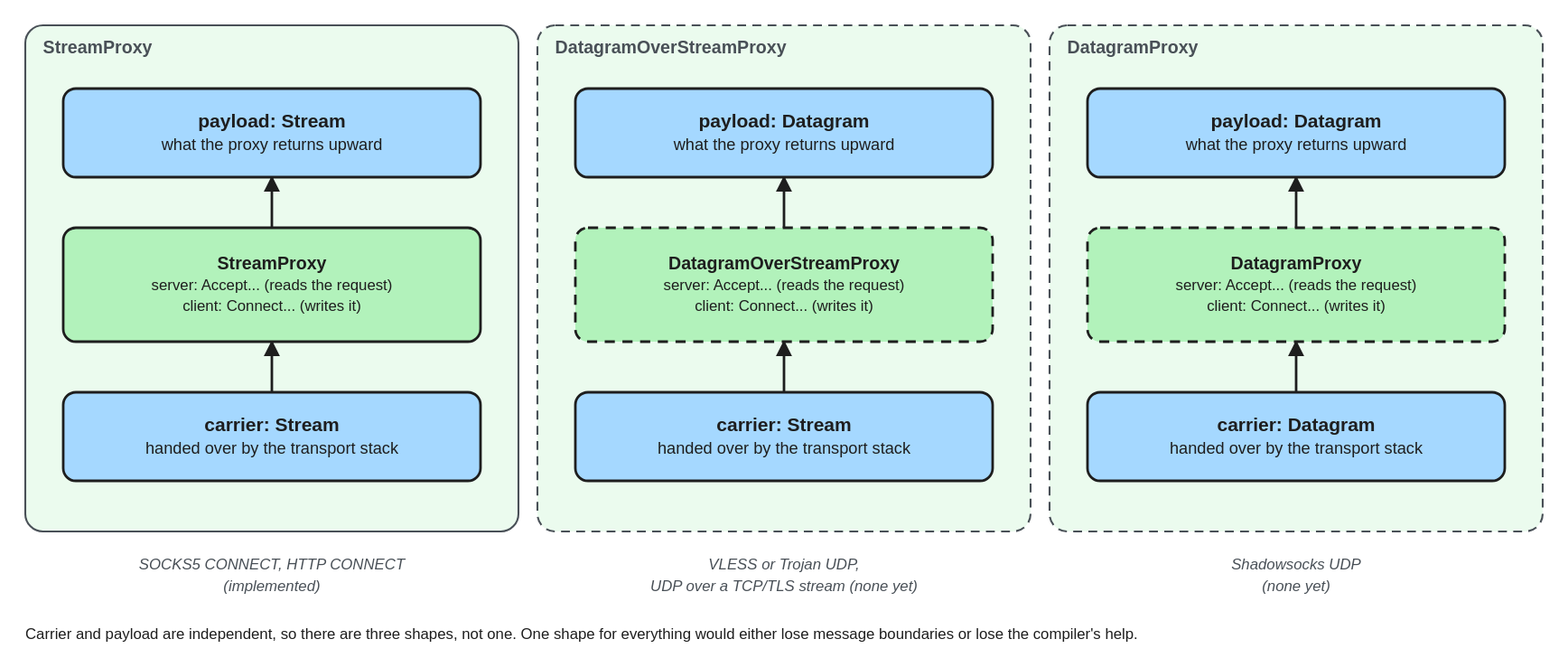
Earlier version of the Excalidraw export docs/assets/diagrams/proxy-shapes.excalidraw.svg (we-apranik/apranik). Source tidied: one line per element, renumbered; positions are measured from the earlier drawing's top-left corner, leaving out a move shared by most shapes. Source of this version:
```json
{"id": 0, "type": "rectangle", "strokeColor": "#495057", "backgroundColor": "#ebfbee", "fillStyle": "solid", "strokeWidth": 1, "roughness": 0, "round": true, "x": 0, "y": 0, "width": 390, "height": 400}
{"id": 1, "type": "text", "text": "StreamProxy", "strokeColor": "#495057", "strokeWidth": 2, "roughness": 0, "fontSize": 14, "fontFamily": 2, "verticalAlign": "middle", "x": 14, "y": 8, "width": 362, "height": 18}
{"id": 2, "type": "rectangle", "strokeColor": "#495057", "backgroundColor": "#ebfbee", "fillStyle": "solid", "strokeWidth": 1, "strokeStyle": "dashed", "roughness": 0, "round": true, "x": 405, "y": 0, "width": 390, "height": 400}
{"id": 3, "type": "text", "text": "DatagramOverStreamProxy", "strokeColor": "#495057", "strokeWidth": 2, "roughness": 0, "fontSize": 14, "fontFamily": 2, "verticalAlign": "middle", "x": 419, "y": 8, "width": 362, "height": 18}
{"id": 4, "type": "rectangle", "strokeColor": "#495057", "backgroundColor": "#ebfbee", "fillStyle": "solid", "strokeWidth": 1, "strokeStyle": "dashed", "roughness": 0, "round": true, "x": 810, "y": 0, "width": 390, "height": 400}
{"id": 5, "type": "text", "text": "DatagramProxy", "strokeColor": "#495057", "strokeWidth": 2, "roughness": 0, "fontSize": 14, "fontFamily": 2, "verticalAlign": "middle", "x": 824, "y": 8, "width": 362, "height": 18}
{"id": 6, "type": "rectangle", "strokeColor": "#1e1e1e", "backgroundColor": "#a5d8ff", "fillStyle": "solid", "strokeWidth": 2, "roughness": 0, "round": true, "x": 30, "y": 50, "width": 330, "height": 70}
{"id": 7, "type": "text", "text": "payload: Stream\nwhat the proxy returns upward", "strokeColor": "#1e1e1e", "strokeWidth": 2, "roughness": 0, "fontSize": 13, "fontFamily": 2, "textAlign": "center", "verticalAlign": "middle", "inside": 6, "x": 30, "y": 50, "width": 330, "height": 32}
{"id": 8, "type": "rectangle", "strokeColor": "#1e1e1e", "backgroundColor": "#b2f2bb", "fillStyle": "solid", "strokeWidth": 2, "roughness": 0, "round": true, "x": 30, "y": 160, "width": 330, "height": 90}
{"id": 9, "type": "text", "text": "StreamProxy\nserver: Accept... (reads the request)\nclient: Connect... (writes it)", "strokeColor": "#1e1e1e", "strokeWidth": 2, "roughness": 0, "fontSize": 12, "fontFamily": 2, "textAlign": "center", "verticalAlign": "middle", "inside": 8, "x": 30, "y": 160, "width": 330, "height": 45}
{"id": 10, "type": "rectangle", "strokeColor": "#1e1e1e", "backgroundColor": "#a5d8ff", "fillStyle": "solid", "strokeWidth": 2, "roughness": 0, "round": true, "x": 30, "y": 290, "width": 330, "height": 70}
{"id": 11, "type": "text", "text": "carrier: Stream\nhanded over by the transport stack", "strokeColor": "#1e1e1e", "strokeWidth": 2, "roughness": 0, "fontSize": 13, "fontFamily": 2, "textAlign": "center", "verticalAlign": "middle", "inside": 10, "x": 30, "y": 290, "width": 330, "height": 32}
{"id": 12, "type": "rectangle", "strokeColor": "#1e1e1e", "backgroundColor": "#a5d8ff", "fillStyle": "solid", "strokeWidth": 2, "roughness": 0, "round": true, "x": 435, "y": 50, "width": 330, "height": 70}
{"id": 13, "type": "text", "text": "payload: Datagram\nwhat the proxy returns upward", "strokeColor": "#1e1e1e", "strokeWidth": 2, "roughness": 0, "fontSize": 13, "fontFamily": 2, "textAlign": "center", "verticalAlign": "middle", "inside": 12, "x": 435, "y": 50, "width": 330, "height": 32}
{"id": 14, "type": "rectangle", "strokeColor": "#1e1e1e", "backgroundColor": "#b2f2bb", "fillStyle": "solid", "strokeWidth": 2, "strokeStyle": "dashed", "roughness": 0, "round": true, "x": 435, "y": 160, "width": 330, "height": 90}
{"id": 15, "type": "text", "text": "DatagramOverStreamProxy\nserver: Accept... (reads the request)\nclient: Connect... (writes it)", "strokeColor": "#1e1e1e", "strokeWidth": 2, "roughness": 0, "fontSize": 12, "fontFamily": 2, "textAlign": "center", "verticalAlign": "middle", "inside": 14, "x": 435, "y": 160, "width": 330, "height": 45}
{"id": 16, "type": "rectangle", "strokeColor": "#1e1e1e", "backgroundColor": "#a5d8ff", "fillStyle": "solid", "strokeWidth": 2, "roughness": 0, "round": true, "x": 435, "y": 290, "width": 330, "height": 70}
{"id": 17, "type": "text", "text": "carrier: Stream\nhanded over by the transport stack", "strokeColor": "#1e1e1e", "strokeWidth": 2, "roughness": 0, "fontSize": 13, "fontFamily": 2, "textAlign": "center", "verticalAlign": "middle", "inside": 16, "x": 435, "y": 290, "width": 330, "height": 32}
{"id": 18, "type": "rectangle", "strokeColor": "#1e1e1e", "backgroundColor": "#a5d8ff", "fillStyle": "solid", "strokeWidth": 2, "roughness": 0, "round": true, "x": 840, "y": 50, "width": 330, "height": 70}
{"id": 19, "type": "text", "text": "payload: Datagram\nwhat the proxy returns upward", "strokeColor": "#1e1e1e", "strokeWidth": 2, "roughness": 0, "fontSize": 13, "fontFamily": 2, "textAlign": "center", "verticalAlign": "middle", "inside": 18, "x": 840, "y": 50, "width": 330, "height": 32}
{"id": 20, "type": "rectangle", "strokeColor": "#1e1e1e", "backgroundColor": "#b2f2bb", "fillStyle": "solid", "strokeWidth": 2, "strokeStyle": "dashed", "roughness": 0, "round": true, "x": 840, "y": 160, "width": 330, "height": 90}
{"id": 21, "type": "text", "text": "DatagramProxy\nserver: Accept... (reads the request)\nclient: Connect... (writes it)", "strokeColor": "#1e1e1e", "strokeWidth": 2, "roughness": 0, "fontSize": 12, "fontFamily": 2, "textAlign": "center", "verticalAlign": "middle", "inside": 20, "x": 840, "y": 160, "width": 330, "height": 45}
{"id": 22, "type": "rectangle", "strokeColor": "#1e1e1e", "backgroundColor": "#a5d8ff", "fillStyle": "solid", "strokeWidth": 2, "roughness": 0, "round": true, "x": 840, "y": 290, "width": 330, "height": 70}
{"id": 23, "type": "text", "text": "carrier: Datagram\nhanded over by the transport stack", "strokeColor": "#1e1e1e", "strokeWidth": 2, "roughness": 0, "fontSize": 13, "fontFamily": 2, "textAlign": "center", "verticalAlign": "middle", "inside": 22, "x": 840, "y": 290, "width": 330, "height": 32}
{"id": 24, "type": "arrow", "strokeColor": "#1e1e1e", "strokeWidth": 2, "roughness": 0, "endArrowhead": "arrow", "from": 10, "to": 8, "x": 195, "y": 290, "width": 0, "height": 40, "points": [[0, 0], [0, -40]]}
{"id": 25, "type": "arrow", "strokeColor": "#1e1e1e", "strokeWidth": 2, "roughness": 0, "endArrowhead": "arrow", "from": 8, "to": 6, "x": 195, "y": 160, "width": 0, "height": 40, "points": [[0, 0], [0, -40]]}
{"id": 26, "type": "arrow", "strokeColor": "#1e1e1e", "strokeWidth": 2, "roughness": 0, "endArrowhead": "arrow", "from": 16, "to": 14, "x": 600, "y": 290, "width": 0, "height": 40, "points": [[0, 0], [0, -40]]}
{"id": 27, "type": "arrow", "strokeColor": "#1e1e1e", "strokeWidth": 2, "roughness": 0, "endArrowhead": "arrow", "from": 14, "to": 12, "x": 600, "y": 160, "width": 0, "height": 40, "points": [[0, 0], [0, -40]]}
{"id": 28, "type": "arrow", "strokeColor": "#1e1e1e", "strokeWidth": 2, "roughness": 0, "endArrowhead": "arrow", "from": 22, "to": 20, "x": 1005, "y": 290, "width": 0, "height": 40, "points": [[0, 0], [0, -40]]}
{"id": 29, "type": "arrow", "strokeColor": "#1e1e1e", "strokeWidth": 2, "roughness": 0, "endArrowhead": "arrow", "from": 20, "to": 18, "x": 1005, "y": 160, "width": 0, "height": 40, "points": [[0, 0], [0, -40]]}
{"id": 30, "type": "text", "text": "SOCKS5 CONNECT, HTTP CONNECT\n(implemented)", "strokeColor": "#495057", "strokeWidth": 2, "roughness": 0, "fontSize": 12, "fontFamily": 2, "textAlign": "center", "verticalAlign": "middle", "x": 105, "y": 418, "width": 181, "height": 30}
{"id": 31, "type": "text", "text": "VLESS or Trojan UDP,\nUDP over a TCP/TLS stream (none yet)", "strokeColor": "#495057", "strokeWidth": 2, "roughness": 0, "fontSize": 12, "fontFamily": 2, "textAlign": "center", "verticalAlign": "middle", "x": 485, "y": 418, "width": 231, "height": 30}
{"id": 32, "type": "text", "text": "Shadowsocks UDP\n(none yet)", "strokeColor": "#495057", "strokeWidth": 2, "roughness": 0, "fontSize": 12, "fontFamily": 2, "textAlign": "center", "verticalAlign": "middle", "x": 955, "y": 418, "width": 100, "height": 30}
{"id": 33, "type": "text", "text": "Carrier and payload are independent, so there are three shapes, not one. One shape for everything would either lose message boundaries or lose the compiler's help.", "strokeColor": "#1e1e1e", "strokeWidth": 2, "roughness": 0, "fontSize": 12, "fontFamily": 2, "verticalAlign": "middle", "x": 0, "y": 473, "width": 1023, "height": 15}
```
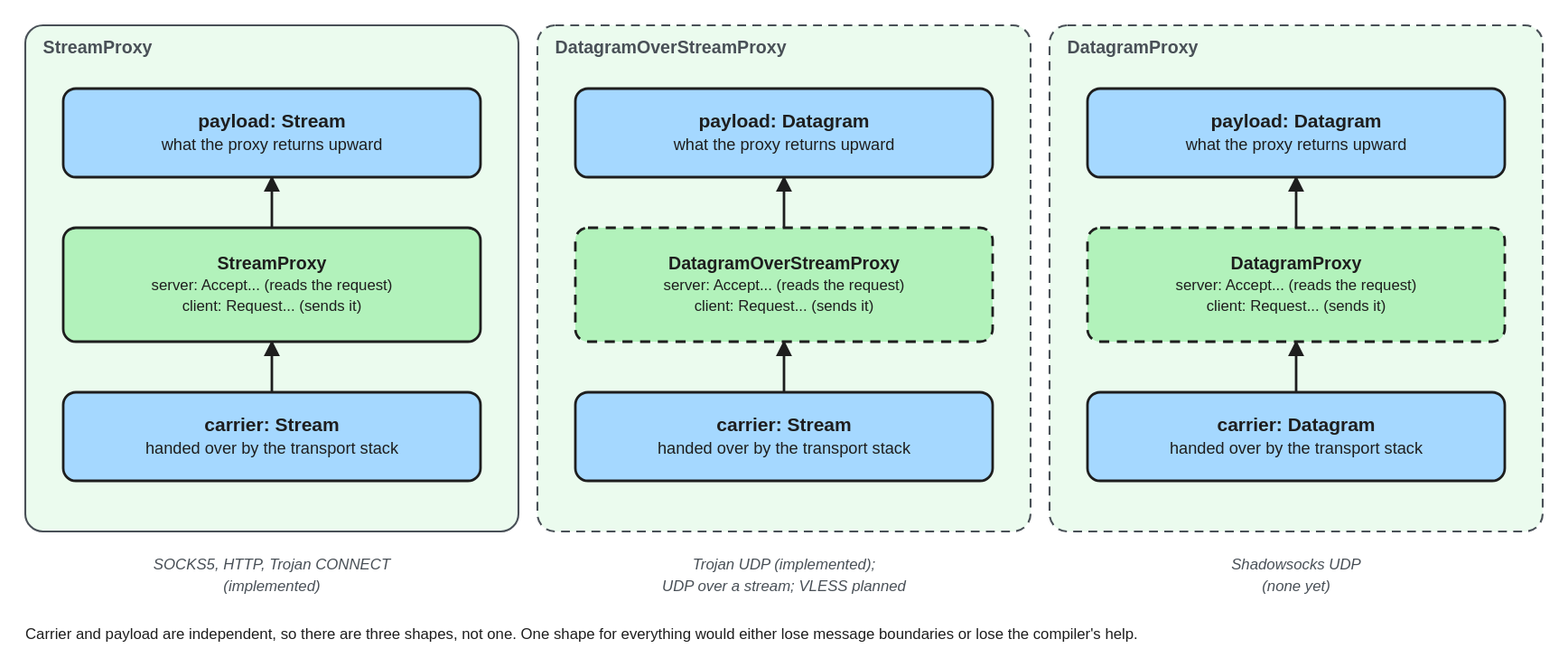
After the change.

Commit message:
Update docs and diagrams for Trojan

Change to the diagram source:
```diff
@@ -7,19 +7,19 @@
 {"id": 6, "type": "rectangle", "strokeColor": "#1e1e1e", "backgroundColor": "#a5d8ff", "fillStyle": "solid", "strokeWidth": 2, "roughness": 0, "round": true, "x": 30, "y": 50, "width": 330, "height": 70}
 {"id": 7, "type": "text", "text": "payload: Stream\nwhat the proxy returns upward", "strokeColor": "#1e1e1e", "strokeWidth": 2, "roughness": 0, "fontSize": 13, "fontFamily": 2, "textAlign": "center", "verticalAlign": "middle", "inside": 6, "x": 30, "y": 50, "width": 330, "height": 32}
 {"id": 8, "type": "rectangle", "strokeColor": "#1e1e1e", "backgroundColor": "#b2f2bb", "fillStyle": "solid", "strokeWidth": 2, "roughness": 0, "round": true, "x": 30, "y": 160, "width": 330, "height": 90}
-{"id": 9, "type": "text", "text": "StreamProxy\nserver: Accept... (reads the request)\nclient: Connect... (writes it)", "strokeColor": "#1e1e1e", "strokeWidth": 2, "roughness": 0, "fontSize": 12, "fontFamily": 2, "textAlign": "center", "verticalAlign": "middle", "inside": 8, "x": 30, "y": 160, "width": 330, "height": 45}
+{"id": 9, "type": "text", "text": "StreamProxy\nserver: Accept... (reads the request)\nclient: Request... (sends it)", "strokeColor": "#1e1e1e", "strokeWidth": 2, "roughness": 0, "fontSize": 12, "fontFamily": 2, "textAlign": "center", "verticalAlign": "middle", "inside": 8, "x": 30, "y": 160, "width": 330, "height": 45}
 {"id": 10, "type": "rectangle", "strokeColor": "#1e1e1e", "backgroundColor": "#a5d8ff", "fillStyle": "solid", "strokeWidth": 2, "roughness": 0, "round": true, "x": 30, "y": 290, "width": 330, "height": 70}
 {"id": 11, "type": "text", "text": "carrier: Stream\nhanded over by the transport stack", "strokeColor": "#1e1e1e", "strokeWidth": 2, "roughness": 0, "fontSize": 13, "fontFamily": 2, "textAlign": "center", "verticalAlign": "middle", "inside": 10, "x": 30, "y": 290, "width": 330, "height": 32}
 {"id": 12, "type": "rectangle", "strokeColor": "#1e1e1e", "backgroundColor": "#a5d8ff", "fillStyle": "solid", "strokeWidth": 2, "roughness": 0, "round": true, "x": 435, "y": 50, "width": 330, "height": 70}
 {"id": 13, "type": "text", "text": "payload: Datagram\nwhat the proxy returns upward", "strokeColor": "#1e1e1e", "strokeWidth": 2, "roughness": 0, "fontSize": 13, "fontFamily": 2, "textAlign": "center", "verticalAlign": "middle", "inside": 12, "x": 435, "y": 50, "width": 330, "height": 32}
 {"id": 14, "type": "rectangle", "strokeColor": "#1e1e1e", "backgroundColor": "#b2f2bb", "fillStyle": "solid", "strokeWidth": 2, "strokeStyle": "dashed", "roughness": 0, "round": true, "x": 435, "y": 160, "width": 330, "height": 90}
-{"id": 15, "type": "text", "text": "DatagramOverStreamProxy\nserver: Accept... (reads the request)\nclient: Connect... (writes it)", "strokeColor": "#1e1e1e", "strokeWidth": 2, "roughness": 0, "fontSize": 12, "fontFamily": 2, "textAlign": "center", "verticalAlign": "middle", "inside": 14, "x": 435, "y": 160, "width": 330, "height": 45}
+{"id": 15, "type": "text", "text": "DatagramOverStreamProxy\nserver: Accept... (reads the request)\nclient: Request... (sends it)", "strokeColor": "#1e1e1e", "strokeWidth": 2, "roughness": 0, "fontSize": 12, "fontFamily": 2, "textAlign": "center", "verticalAlign": "middle", "inside": 14, "x": 435, "y": 160, "width": 330, "height": 45}
 {"id": 16, "type": "rectangle", "strokeColor": "#1e1e1e", "backgroundColor": "#a5d8ff", "fillStyle": "solid", "strokeWidth": 2, "roughness": 0, "round": true, "x": 435, "y": 290, "width": 330, "height": 70}
 {"id": 17, "type": "text", "text": "carrier: Stream\nhanded over by the transport stack", "strokeColor": "#1e1e1e", "strokeWidth": 2, "roughness": 0, "fontSize": 13, "fontFamily": 2, "textAlign": "center", "verticalAlign": "middle", "inside": 16, "x": 435, "y": 290, "width": 330, "height": 32}
 {"id": 18, "type": "rectangle", "strokeColor": "#1e1e1e", "backgroundColor": "#a5d8ff", "fillStyle": "solid", "strokeWidth": 2, "roughness": 0, "round": true, "x": 840, "y": 50, "width": 330, "height": 70}
 {"id": 19, "type": "text", "text": "payload: Datagram\nwhat the proxy returns upward", "strokeColor": "#1e1e1e", "strokeWidth": 2, "roughness": 0, "fontSize": 13, "fontFamily": 2, "textAlign": "center", "verticalAlign": "middle", "inside": 18, "x": 840, "y": 50, "width": 330, "height": 32}
 {"id": 20, "type": "rectangle", "strokeColor": "#1e1e1e", "backgroundColor": "#b2f2bb", "fillStyle": "solid", "strokeWidth": 2, "strokeStyle": "dashed", "roughness": 0, "round": true, "x": 840, "y": 160, "width": 330, "height": 90}
-{"id": 21, "type": "text", "text": "DatagramProxy\nserver: Accept... (reads the request)\nclient: Connect... (writes it)", "strokeColor": "#1e1e1e", "strokeWidth": 2, "roughness": 0, "fontSize": 12, "fontFamily": 2, "textAlign": "center", "verticalAlign": "middle", "inside": 20, "x": 840, "y": 160, "width": 330, "height": 45}
+{"id": 21, "type": "text", "text": "DatagramProxy\nserver: Accept... (reads the request)\nclient: Request... (sends it)", "strokeColor": "#1e1e1e", "strokeWidth": 2, "roughness": 0, "fontSize": 12, "fontFamily": 2, "textAlign": "center", "verticalAlign": "middle", "inside": 20, "x": 840, "y": 160, "width": 330, "height": 45}
 {"id": 22, "type": "rectangle", "strokeColor": "#1e1e1e", "backgroundColor": "#a5d8ff", "fillStyle": "solid", "strokeWidth": 2, "roughness": 0, "round": true, "x": 840, "y": 290, "width": 330, "height": 70}
 {"id": 23, "type": "text", "text": "carrier: Datagram\nhanded over by the transport stack", "strokeColor": "#1e1e1e", "strokeWidth": 2, "roughness": 0, "fontSize": 13, "fontFamily": 2, "textAlign": "center", "verticalAlign": "middle", "inside": 22, "x": 840, "y": 290, "width": 330, "height": 32}
 {"id": 24, "type": "arrow", "strokeColor": "#1e1e1e", "strokeWidth": 2, "roughness": 0, "endArrowhead": "arrow", "from": 10, "to": 8, "x": 195, "y": 290, "width": 0, "height": 40, "points": [[0, 0], [0, -40]]}
@@ -28,7 +28,7 @@
 {"id": 27, "type": "arrow", "strokeColor": "#1e1e1e", "strokeWidth": 2, "roughness": 0, "endArrowhead": "arrow", "from": 14, "to": 12, "x": 600, "y": 160, "width": 0, "height": 40, "points": [[0, 0], [0, -40]]}
 {"id": 28, "type": "arrow", "strokeColor": "#1e1e1e", "strokeWidth": 2, "roughness": 0, "endArrowhead": "arrow", "from": 22, "to": 20, "x": 1005, "y": 290, "width": 0, "height": 40, "points": [[0, 0], [0, -40]]}
 {"id": 29, "type": "arrow", "strokeColor": "#1e1e1e", "strokeWidth": 2, "roughness": 0, "endArrowhead": "arrow", "from": 20, "to": 18, "x": 1005, "y": 160, "width": 0, "height": 40, "points": [[0, 0], [0, -40]]}
-{"id": 30, "type": "text", "text": "SOCKS5 CONNECT, HTTP CONNECT\n(implemented)", "strokeColor": "#495057", "strokeWidth": 2, "roughness": 0, "fontSize": 12, "fontFamily": 2, "textAlign": "center", "verticalAlign": "middle", "x": 105, "y": 418, "width": 181, "height": 30}
+{"id": 30, "type": "text", "text": "SOCKS5, HTTP, Trojan CONNECT\n(implemented)", "strokeColor": "#495057", "strokeWidth": 2, "roughness": 0, "fontSize": 12, "fontFamily": 2, "textAlign": "center", "verticalAlign": "middle", "x": 105, "y": 418, "width": 181, "height": 30}
-{"id": 31, "type": "text", "text": "VLESS or Trojan UDP,\nUDP over a TCP/TLS stream (none yet)", "strokeColor": "#495057", "strokeWidth": 2, "roughness": 0, "fontSize": 12, "fontFamily": 2, "textAlign": "center", "verticalAlign": "middle", "x": 485, "y": 418, "width": 231, "height": 30}
+{"id": 31, "type": "text", "text": "Trojan UDP (implemented);\nUDP over a stream; VLESS planned", "strokeColor": "#495057", "strokeWidth": 2, "roughness": 0, "fontSize": 12, "fontFamily": 2, "textAlign": "center", "verticalAlign": "middle", "x": 485, "y": 418, "width": 231, "height": 30}
 {"id": 32, "type": "text", "text": "Shadowsocks UDP\n(none yet)", "strokeColor": "#495057", "strokeWidth": 2, "roughness": 0, "fontSize": 12, "fontFamily": 2, "textAlign": "center", "verticalAlign": "middle", "x": 955, "y": 418, "width": 100, "height": 30}
 {"id": 33, "type": "text", "text": "Carrier and payload are independent, so there are three shapes, not one. One shape for everything would either lose message boundaries or lose the compiler's help.", "strokeColor": "#1e1e1e", "strokeWidth": 2, "roughness": 0, "fontSize": 12, "fontFamily": 2, "verticalAlign": "middle", "x": 0, "y": 473, "width": 1023, "height": 15}
```
